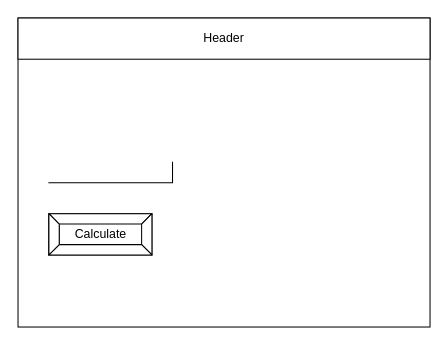
Earlier version of the draw.io diagram design/story-board.drawio (Liya-Getachew/ICS2O-Unit5-08-JS). Source tidied: cells renumbered, new cells numbered last; positions are measured from the earlier drawing's top-left corner, leaving out a move shared by most shapes. Both pictures are drawn from the tidied source at 103%, with x=0, y=0 at pixel (18, 18).
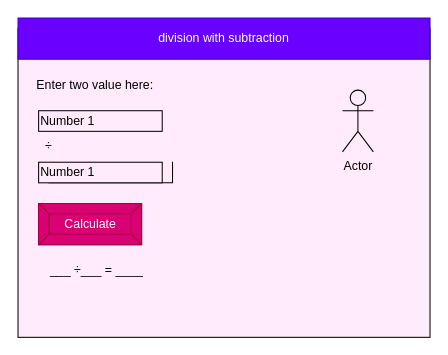
Above is the later version.

What changed in the source:
```diff
@@
 <mxGraphModel>
   <root>
     <mxCell id="0" />
     <mxCell id="1" parent="0" />
-    <mxCell id="2" style="rounded=0;whiteSpace=wrap;html=1;" parent="1" vertex="1">
-      <mxGeometry width="400" height="300" as="geometry" />
+    <mxCell id="2" style="rounded=0;whiteSpace=wrap;html=1;fillColor=#FFEBFC;" parent="1" vertex="1">
+      <mxGeometry y="10" width="400" height="300" as="geometry" />
     </mxCell>
-    <mxCell id="3" value="Header" style="rounded=0;whiteSpace=wrap;html=1;" parent="1" vertex="1">
+    <mxCell id="3" value="division with subtraction" style="rounded=0;whiteSpace=wrap;html=1;fillColor=#6a00ff;fontColor=#ffffff;strokeColor=#3700CC;" parent="1" vertex="1">
       <mxGeometry width="400" height="40" as="geometry" />
     </mxCell>
     <mxCell id="4" style="shape=partialRectangle;whiteSpace=wrap;html=1;top=0;left=0;fillColor=none;" parent="1" vertex="1">
       <mxGeometry x="30" y="140" width="120" height="20" as="geometry" />
     </mxCell>
-    <mxCell id="5" value="Calculate" style="labelPosition=center;verticalLabelPosition=middle;align=center;html=1;shape=mxgraph.basic.button;dx=10;" parent="1" vertex="1">
-      <mxGeometry x="30" y="190" width="100" height="40" as="geometry" />
+    <mxCell id="5" value="Calculate" style="labelPosition=center;verticalLabelPosition=middle;align=center;html=1;shape=mxgraph.basic.button;dx=10;fillColor=#d80073;fontColor=#ffffff;strokeColor=#A50040;" parent="1" vertex="1">
+      <mxGeometry x="20" y="180" width="100" height="40" as="geometry" />
     </mxCell>
+    <mxCell id="6" value="&lt;font color=&quot;#000000&quot;&gt;Enter two value here:&lt;/font&gt;" style="text;html=1;strokeColor=none;fillColor=none;align=center;verticalAlign=middle;whiteSpace=wrap;rounded=0;" parent="1" vertex="1">
+      <mxGeometry y="50" width="150" height="30" as="geometry" />
+    </mxCell>
+    <mxCell id="7" value="Number 1" style="rounded=0;whiteSpace=wrap;html=1;fontColor=#000000;fillColor=#FFEBFC;strokeColor=#000000;align=left;" parent="1" vertex="1">
+      <mxGeometry x="20" y="90" width="120" height="20" as="geometry" />
+    </mxCell>
+    <mxCell id="8" value="Number 1" style="rounded=0;whiteSpace=wrap;html=1;fontColor=#000000;fillColor=#FFEBFC;strokeColor=#000000;align=left;" parent="1" vertex="1">
+      <mxGeometry x="20" y="140" width="120" height="20" as="geometry" />
+    </mxCell>
+    <mxCell id="9" value="÷" style="text;html=1;strokeColor=none;fillColor=none;align=center;verticalAlign=middle;whiteSpace=wrap;rounded=0;fontColor=#000000;" parent="1" vertex="1">
+      <mxGeometry y="110" width="60" height="30" as="geometry" />
+    </mxCell>
+    <mxCell id="10" value="&amp;nbsp;___&amp;nbsp;÷___ = ____" style="text;html=1;strokeColor=none;fillColor=none;align=center;verticalAlign=middle;whiteSpace=wrap;rounded=0;fontColor=#000000;" parent="1" vertex="1">
+      <mxGeometry x="10" y="230" width="130" height="30" as="geometry" />
+    </mxCell>
+    <mxCell id="11" value="Actor" style="shape=umlActor;verticalLabelPosition=bottom;verticalAlign=top;html=1;fontColor=#000000;strokeColor=#000000;fillColor=#FFEBFC;" parent="1" vertex="1">
+      <mxGeometry x="315" y="70" width="30" height="60" as="geometry" />
+    </mxCell>
   </root>
 </mxGraphModel>
```
